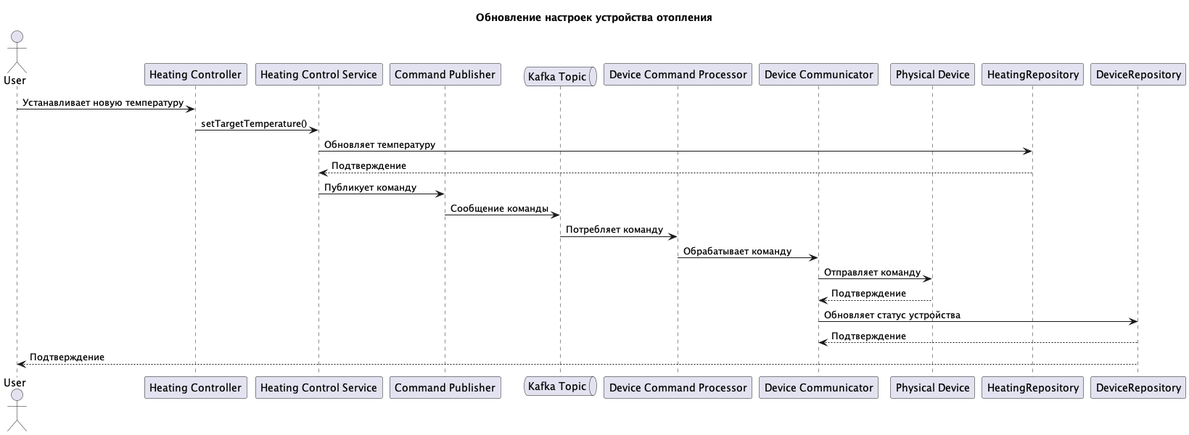
Veles-Pan/practicum-architecture-sprint-3 keeps this PlantUML diagram as docs/diagrams/out/task_2/device_update_distributed_tracing.png. Above is the earlier version. Source of this version:
```plantuml
@startuml device_update_distributed_tracing

title Обновление настроек устройства отопления

actor User
participant "Heating Controller" as HeatingController
participant "Heating Control Service" as HeatingControlService
participant "Command Publisher" as CommandPublisher
queue "Kafka Topic" as KafkaTopic
participant "Device Command Processor" as DeviceCommandProcessor
participant "Device Communicator" as DeviceCommunicator
participant "Physical Device" as PhysicalDevice

User -> HeatingController: Устанавливает новую температуру
HeatingController -> HeatingControlService: setTargetTemperature()
HeatingControlService -> HeatingRepository: Обновляет температуру
HeatingRepository --> HeatingControlService: Подтверждение
HeatingControlService -> CommandPublisher: Публикует команду
CommandPublisher -> KafkaTopic: Сообщение команды
KafkaTopic -> DeviceCommandProcessor: Потребляет команду
DeviceCommandProcessor -> DeviceCommunicator: Обрабатывает команду
DeviceCommunicator -> PhysicalDevice: Отправляет команду
PhysicalDevice --> DeviceCommunicator: Подтверждение
DeviceCommunicator -> DeviceRepository: Обновляет статус устройства
DeviceRepository --> DeviceCommunicator: Подтверждение
DeviceRepository --> User: Подтверждение

@enduml
```
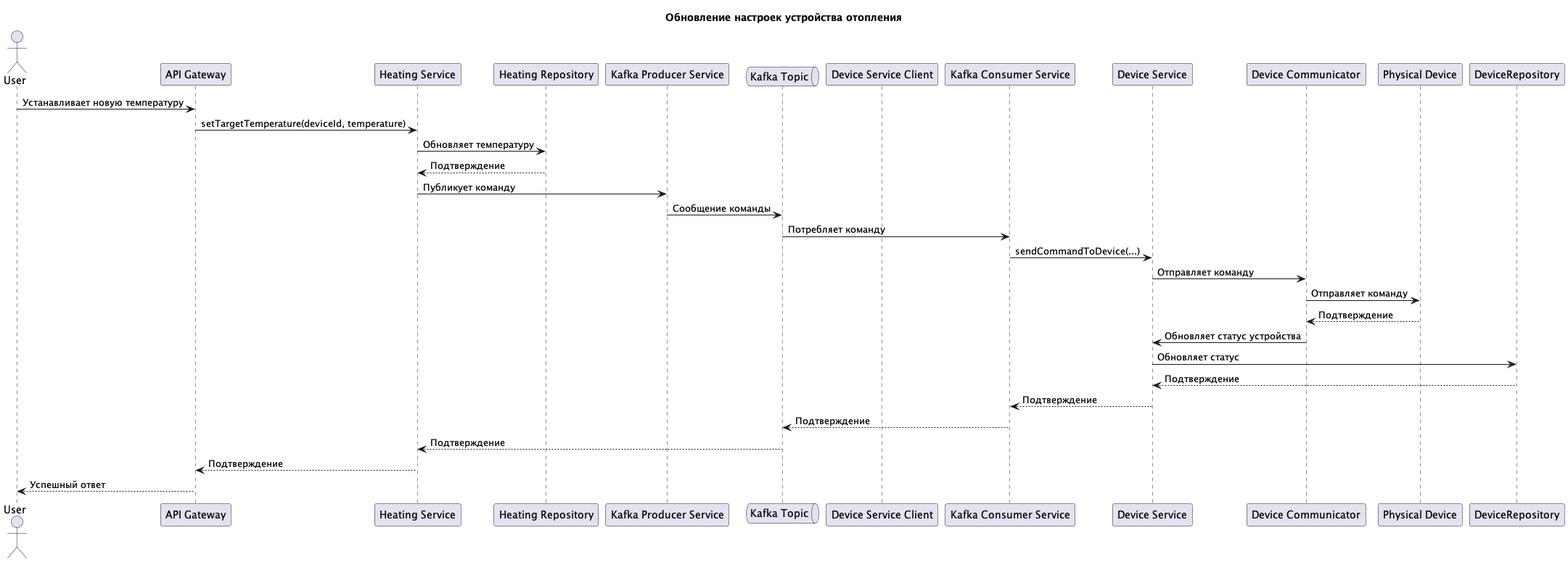
Above is the later version.

What changed in the source:
```diff
@@ -3,26 +3,35 @@
 title Обновление настроек устройства отопления
 
 actor User
-participant "Heating Controller" as HeatingController
-participant "Heating Control Service" as HeatingControlService
-participant "Command Publisher" as CommandPublisher
+participant "API Gateway" as ApiGateway
+participant "Heating Service" as HeatingService
+participant "Heating Repository" as HeatingRepository
+participant "Kafka Producer Service" as KafkaProducer
 queue "Kafka Topic" as KafkaTopic
-participant "Device Command Processor" as DeviceCommandProcessor
+participant "Device Service Client" as DeviceServiceClient
+participant "Kafka Consumer Service" as DeviceCommandProcessor
+participant "Device Service" as DeviceService
 participant "Device Communicator" as DeviceCommunicator
 participant "Physical Device" as PhysicalDevice
 
-User -> HeatingController: Устанавливает новую температуру
-HeatingController -> HeatingControlService: setTargetTemperature()
-HeatingControlService -> HeatingRepository: Обновляет температуру
-HeatingRepository --> HeatingControlService: Подтверждение
-HeatingControlService -> CommandPublisher: Публикует команду
-CommandPublisher -> KafkaTopic: Сообщение команды
+User -> ApiGateway: Устанавливает новую температуру
+ApiGateway -> HeatingService: setTargetTemperature(deviceId, temperature)
+HeatingService -> HeatingRepository: Обновляет температуру
+HeatingRepository --> HeatingService: Подтверждение
+HeatingService -> KafkaProducer: Публикует команду
+KafkaProducer -> KafkaTopic: Сообщение команды
 KafkaTopic -> DeviceCommandProcessor: Потребляет команду
-DeviceCommandProcessor -> DeviceCommunicator: Обрабатывает команду
+DeviceCommandProcessor -> DeviceService: sendCommandToDevice(...)
+DeviceService -> DeviceCommunicator: Отправляет команду
 DeviceCommunicator -> PhysicalDevice: Отправляет команду
 PhysicalDevice --> DeviceCommunicator: Подтверждение
-DeviceCommunicator -> DeviceRepository: Обновляет статус устройства
-DeviceRepository --> DeviceCommunicator: Подтверждение
-DeviceRepository --> User: Подтверждение
+DeviceCommunicator -> DeviceService: Обновляет статус устройства
+DeviceService -> DeviceRepository: Обновляет статус
+DeviceRepository --> DeviceService: Подтверждение
+DeviceService --> DeviceCommandProcessor: Подтверждение
+DeviceCommandProcessor --> KafkaTopic: Подтверждение
+KafkaTopic --> HeatingService: Подтверждение
+HeatingService --> ApiGateway: Подтверждение
+ApiGateway --> User: Успешный ответ
 
 @enduml
```
